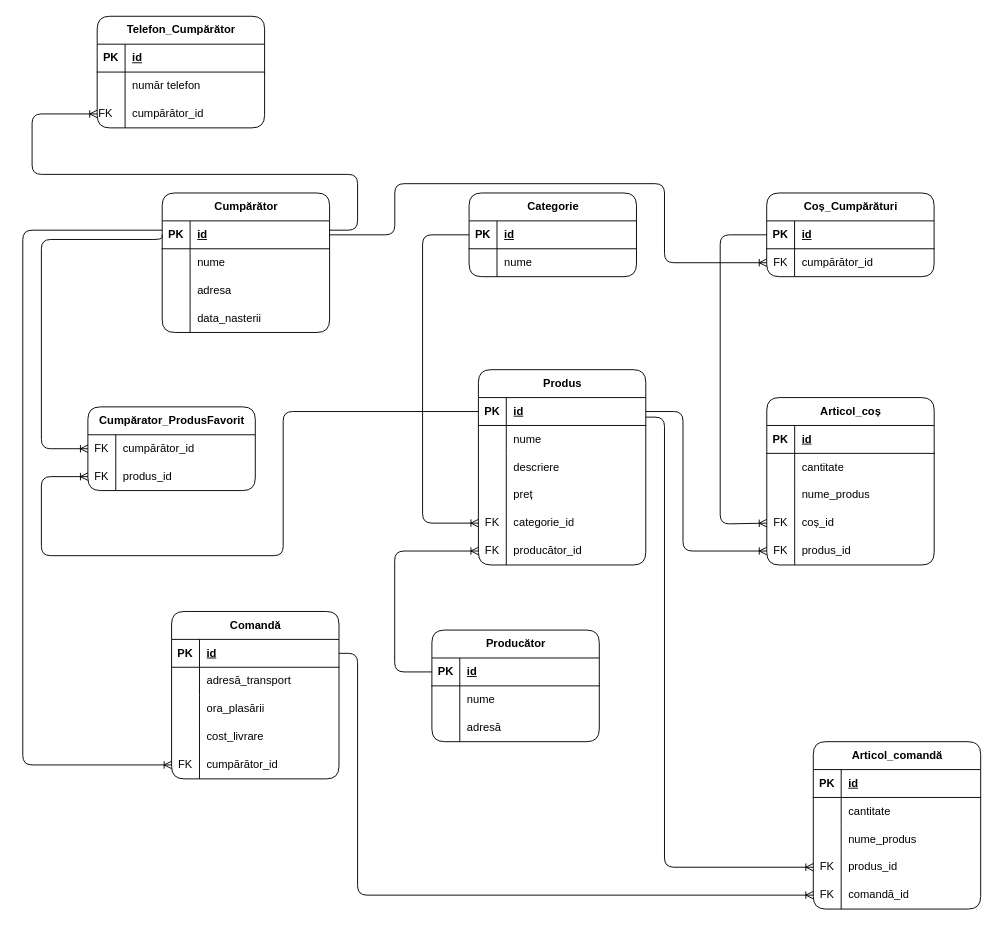
The draw.io diagram page "database logic model -n3" (9 of 9) of use_case_diagram.drawio in ErikaRusznak/piazza-ecommerce, before the edit. Source tidied: cells renumbered, new cells numbered last; positions are measured from the earlier drawing's top-left corner, leaving out a move shared by most shapes. Both pictures are drawn from the tidied source at 93%, with x=0, y=0 at pixel (22, 16).
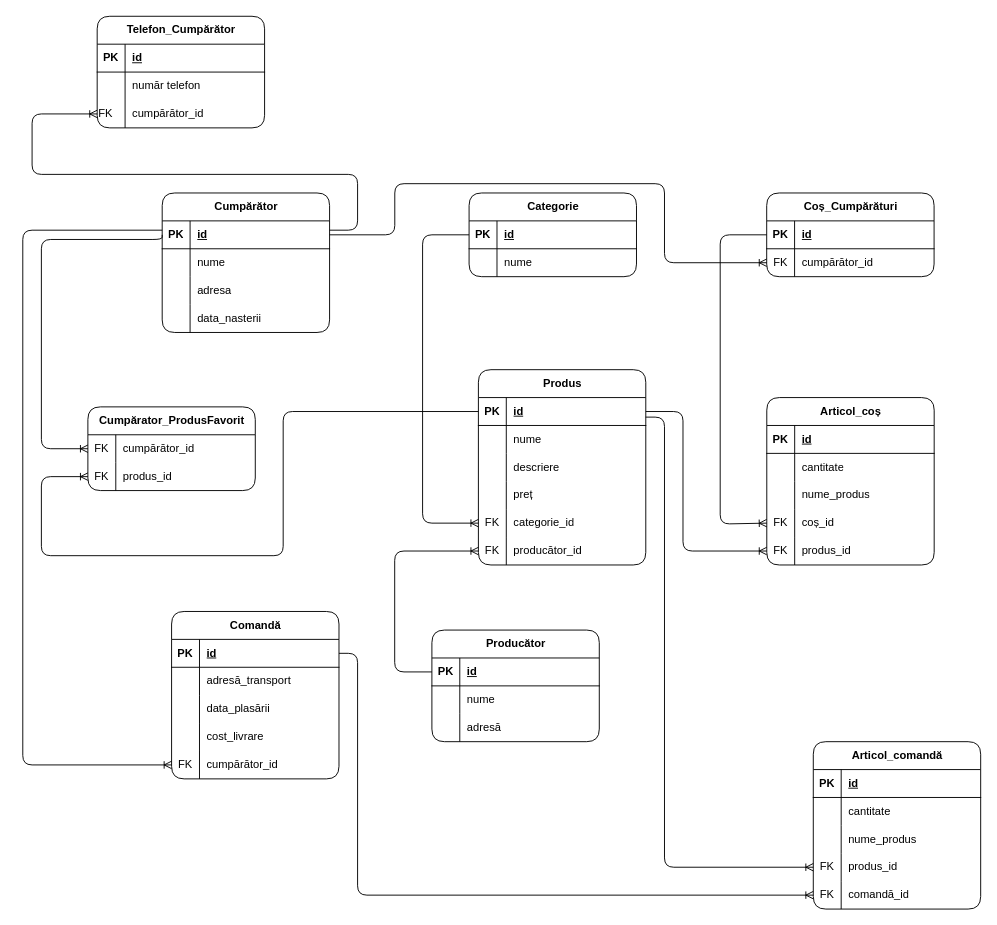
After the change.

Unchanged cells that the change refers to:
```xml
<mxCell id="118" style="shape=tableRow;horizontal=0;startSize=0;swimlaneHead=0;swimlaneBody=0;fillColor=none;top=0;left=0;right=0;bottom=0;" parent="111" vertex="1">
  <mxGeometry y="90" width="180" height="30" as="geometry" />
</mxCell>
```

What changed in the source:
```diff
@@
-    <mxCell id="120" value="ora_plasării" style="shape=partialRectangle;fillColor=none;top=0;left=0;bottom=0;right=0;align=left;spacingLeft=6;overflow=hidden;whiteSpace=wrap;html=1;" parent="118" vertex="1">
+    <mxCell id="120" value="data_plasării" style="shape=partialRectangle;fillColor=none;top=0;left=0;bottom=0;right=0;align=left;spacingLeft=6;overflow=hidden;whiteSpace=wrap;html=1;" parent="118" vertex="1">
       <mxGeometry x="30" width="150" height="30" as="geometry" />
     </mxCell>
```
